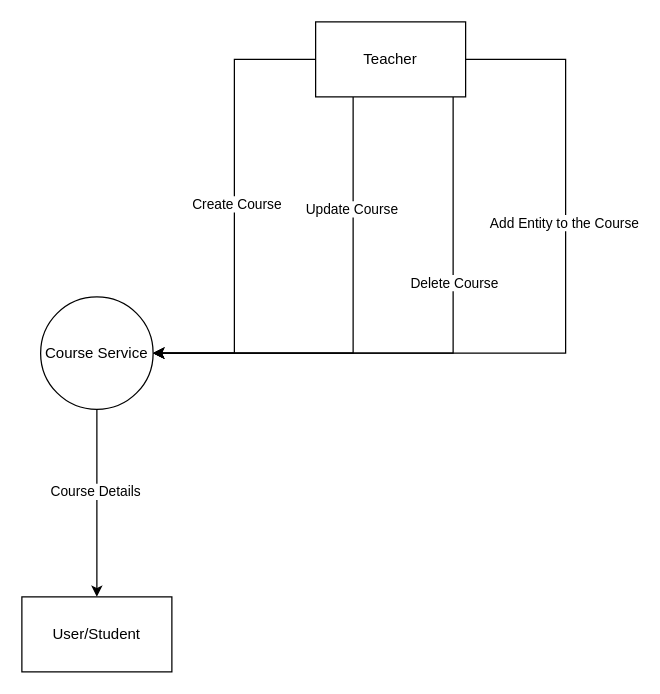
Above: diagrams/ContextDFD/Course System Context Diagram.drawio in Apollo-LW/Apollo-LW (draw.io), before the change. Source tidied: cells renumbered, new cells numbered last; positions are measured from the earlier drawing's top-left corner, leaving out a move shared by most shapes. Both pictures are drawn from the tidied source at 125%, with x=0, y=0 at pixel (21, 21).
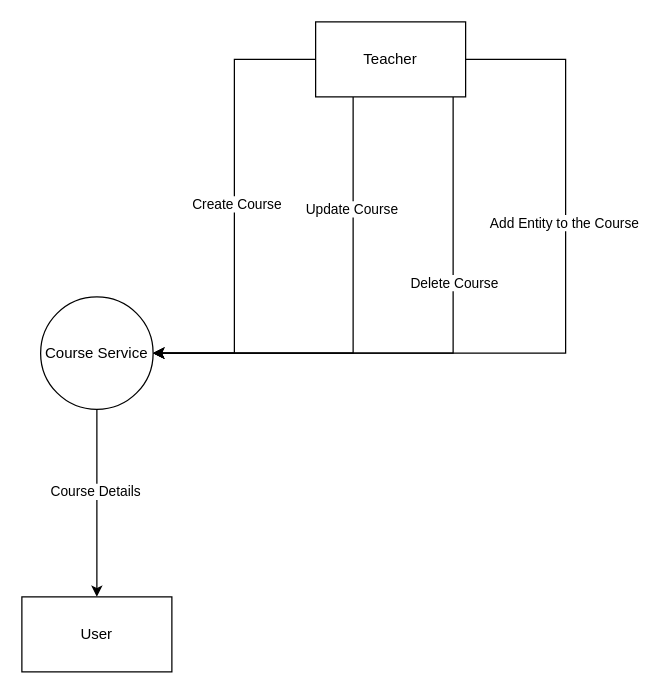
The same diagram, later.

Commit message:
Fix user interaction

The edit, as a diff of the source:
```diff
@@
-    <mxCell id="14" value="User/Student" style="rounded=0;whiteSpace=wrap;html=1;" parent="1" vertex="1">
+    <mxCell id="14" value="User" style="rounded=0;whiteSpace=wrap;html=1;" parent="1" vertex="1">
       <mxGeometry y="460" width="120" height="60" as="geometry" />
     </mxCell>
```
